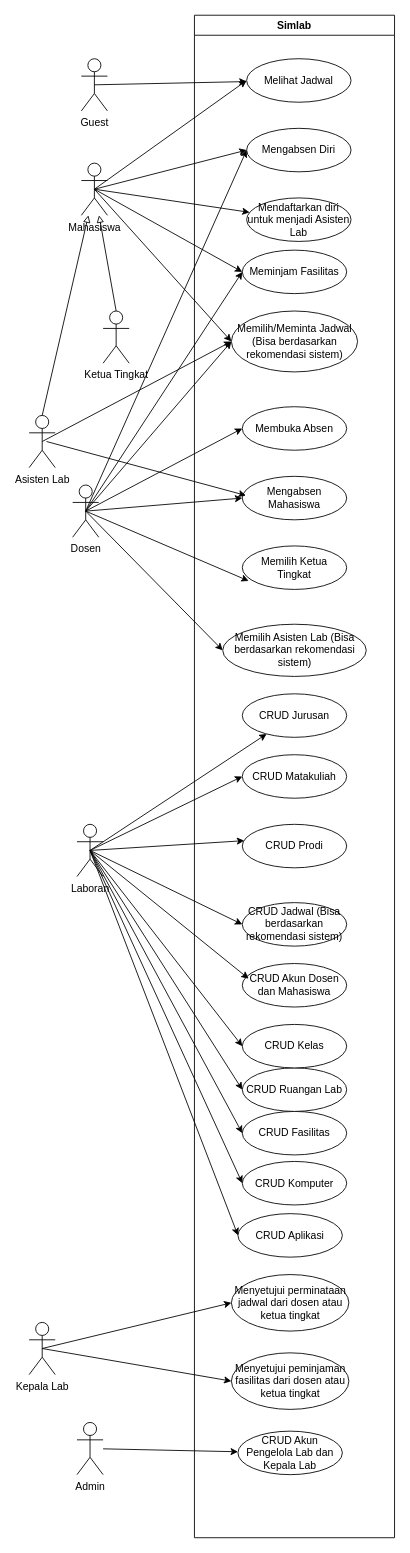
The draw.io diagram docs/usecase.drawio in codebaradev/Simlab, before the edit. Source tidied: cells renumbered, new cells numbered last; positions are measured from the earlier drawing's top-left corner, leaving out a move shared by most shapes. Both pictures are drawn from the tidied source at 87%, with x=0, y=0 at pixel (29, 15).
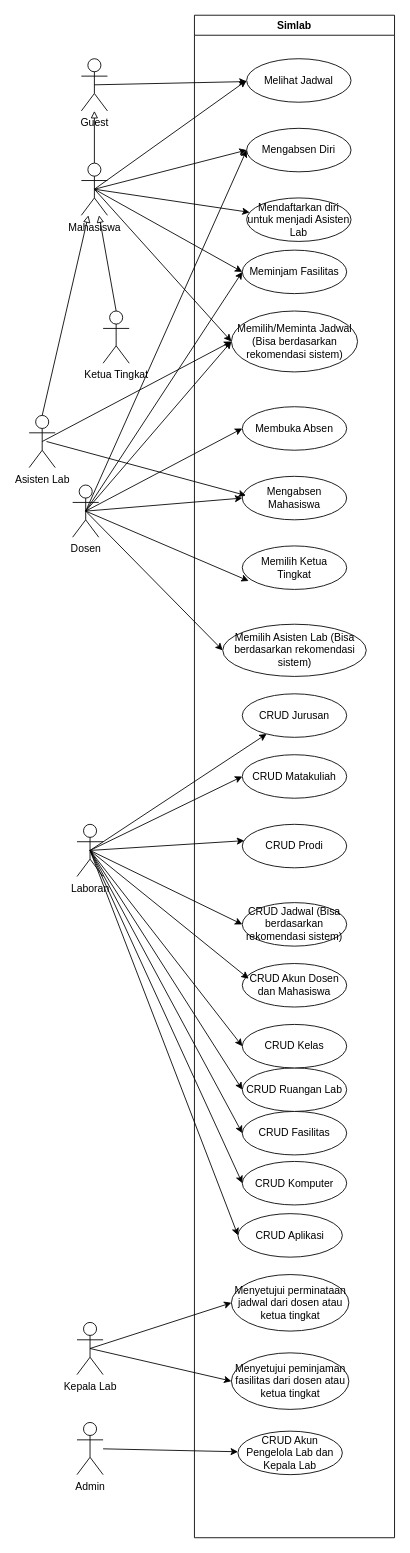
The same page after the edit.

Unchanged cells that the change refers to:
```xml
<mxCell id="7" value="Mahasiswa" style="shape=umlActor;verticalLabelPosition=bottom;verticalAlign=top;html=1;outlineConnect=0;" parent="1" vertex="1">
  <mxGeometry x="60" y="170" width="30" height="60" as="geometry" />
</mxCell>
<mxCell id="62" value="Guest" style="shape=umlActor;verticalLabelPosition=bottom;verticalAlign=top;html=1;outlineConnect=0;" parent="1" vertex="1">
  <mxGeometry x="60" y="50" width="30" height="60" as="geometry" />
</mxCell>
```

Change to the diagram source:
```diff
@@
+    <mxCell id="63" style="edgeStyle=none;html=1;exitX=0.5;exitY=0;exitDx=0;exitDy=0;exitPerimeter=0;endArrow=block;endFill=0;" parent="1" edge="1" source="7" target="62">
+      <mxGeometry relative="1" as="geometry" />
+    </mxCell>
@@
     <mxCell id="52" value="Kepala Lab&lt;div&gt;&lt;br&gt;&lt;/div&gt;" style="shape=umlActor;verticalLabelPosition=bottom;verticalAlign=top;html=1;outlineConnect=0;" parent="1" vertex="1">
-      <mxGeometry y="1502.5" width="30" height="60" as="geometry" />
+      <mxGeometry x="55" y="1502.5" width="30" height="60" as="geometry" />
     </mxCell>
```
